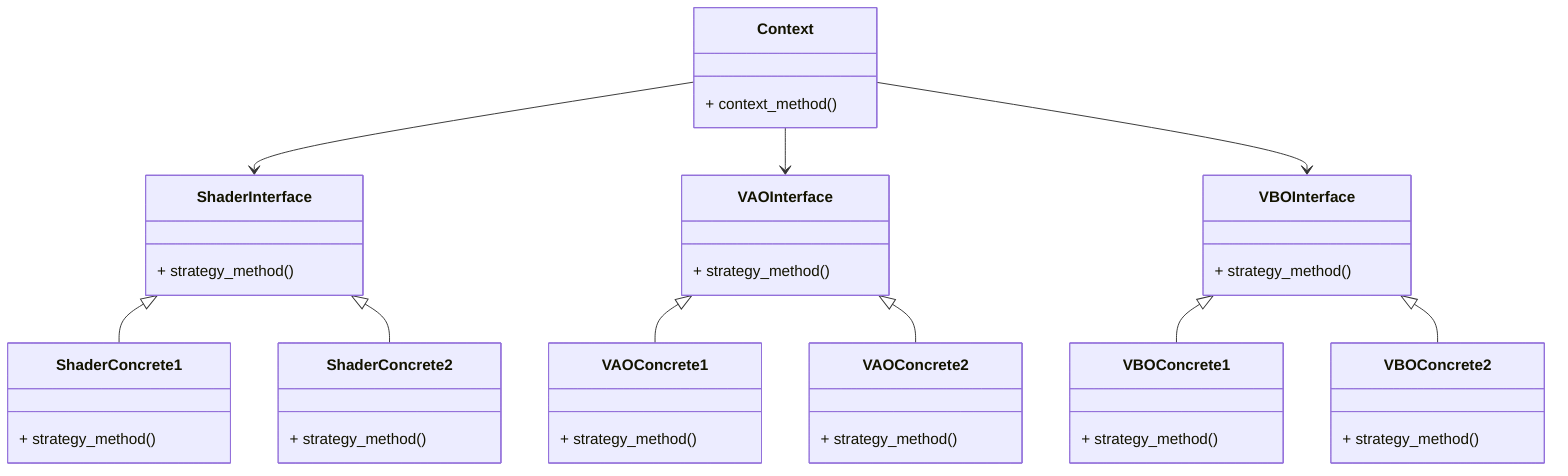
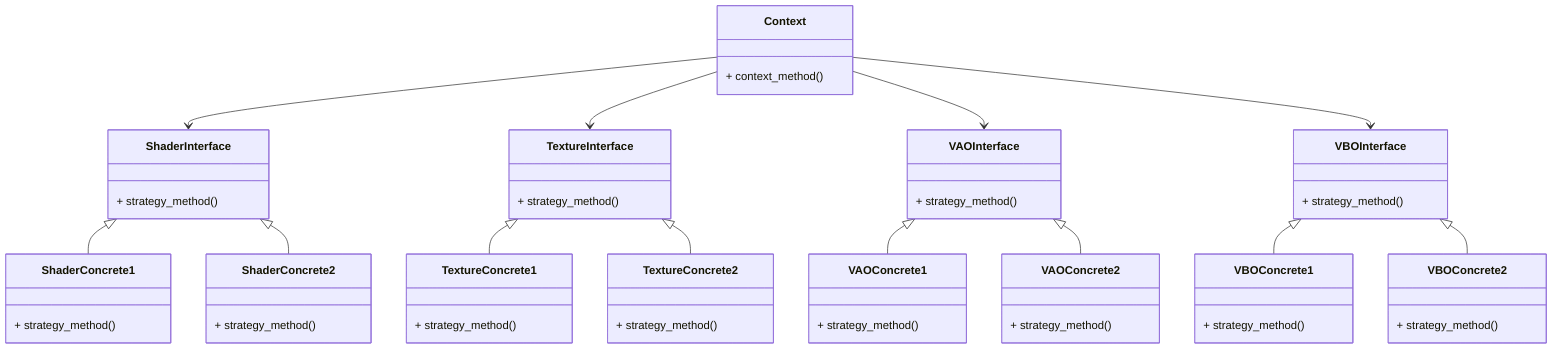
classDiagram
    Context : + context_method()

    ShaderInterface : + strategy_method()
    ShaderConcrete1 : + strategy_method()
    ShaderConcrete2 : + strategy_method()
+ 
+     TextureInterface : + strategy_method()
+     TextureConcrete1 : + strategy_method()
+     TextureConcrete2 : + strategy_method()

    VAOInterface : + strategy_method()
    VAOConcrete1 : + strategy_method()
    VAOConcrete2 : + strategy_method()

    VBOInterface : + strategy_method()
    VBOConcrete1 : + strategy_method()
    VBOConcrete2 : + strategy_method()

    Context --> ShaderInterface
    ShaderInterface <|-- ShaderConcrete1
    ShaderInterface <|-- ShaderConcrete2

+     Context --> TextureInterface
+     TextureInterface <|-- TextureConcrete1
+     TextureInterface <|-- TextureConcrete2
+ 
    Context --> VAOInterface
    VAOInterface <|-- VAOConcrete1
    VAOInterface <|-- VAOConcrete2

    Context --> VBOInterface
    VBOInterface <|-- VBOConcrete1
    VBOInterface <|-- VBOConcrete2
